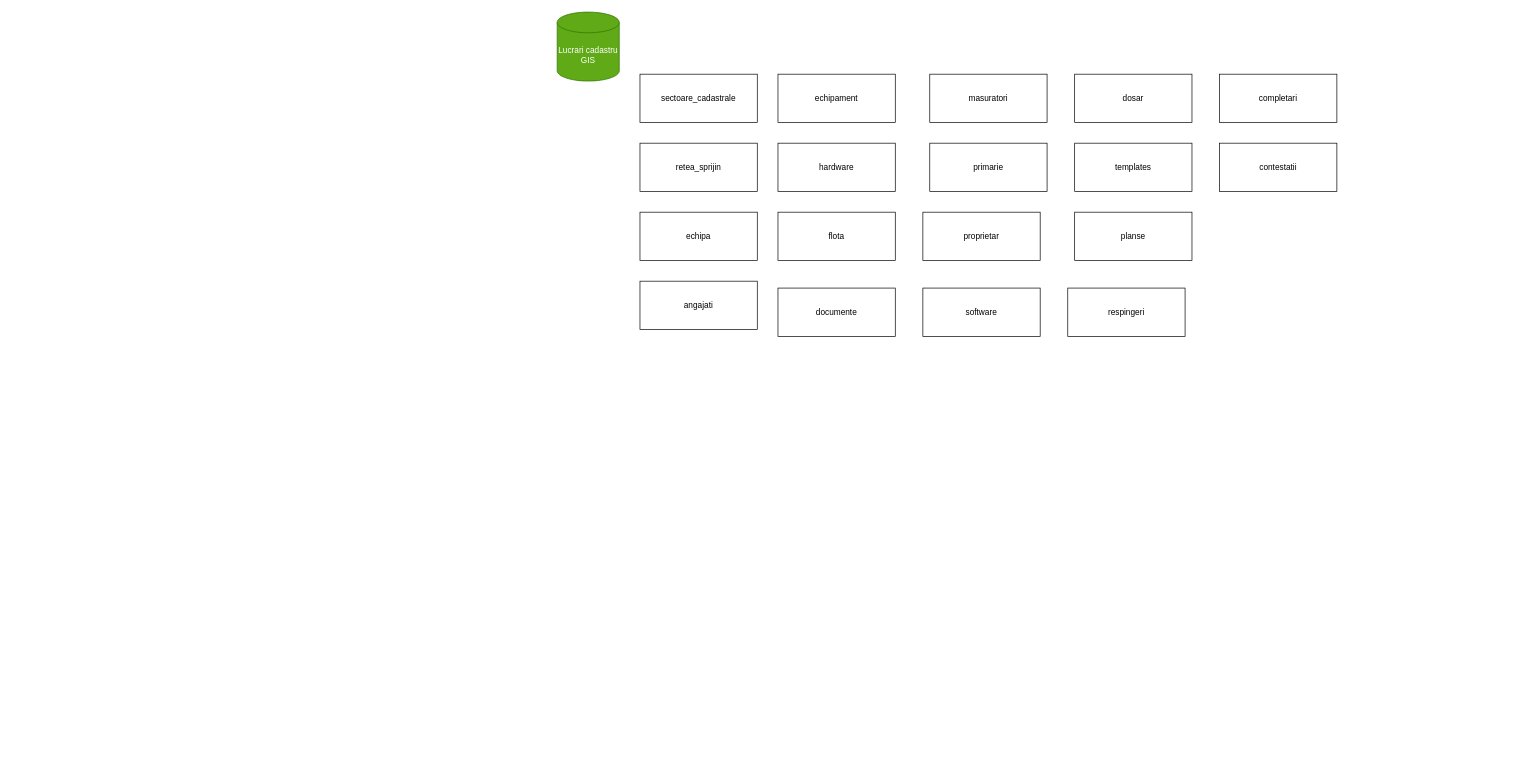
MecaAlex/modelare_db keeps this draw.io diagram as model_abstract.drawio. Above is the earlier version. Source tidied: cells renumbered, new cells numbered last; positions are measured from the earlier drawing's top-left corner, leaving out a move shared by most shapes. Both pictures are drawn from the tidied source at 69%, with x=0, y=0 at pixel (557, 12).
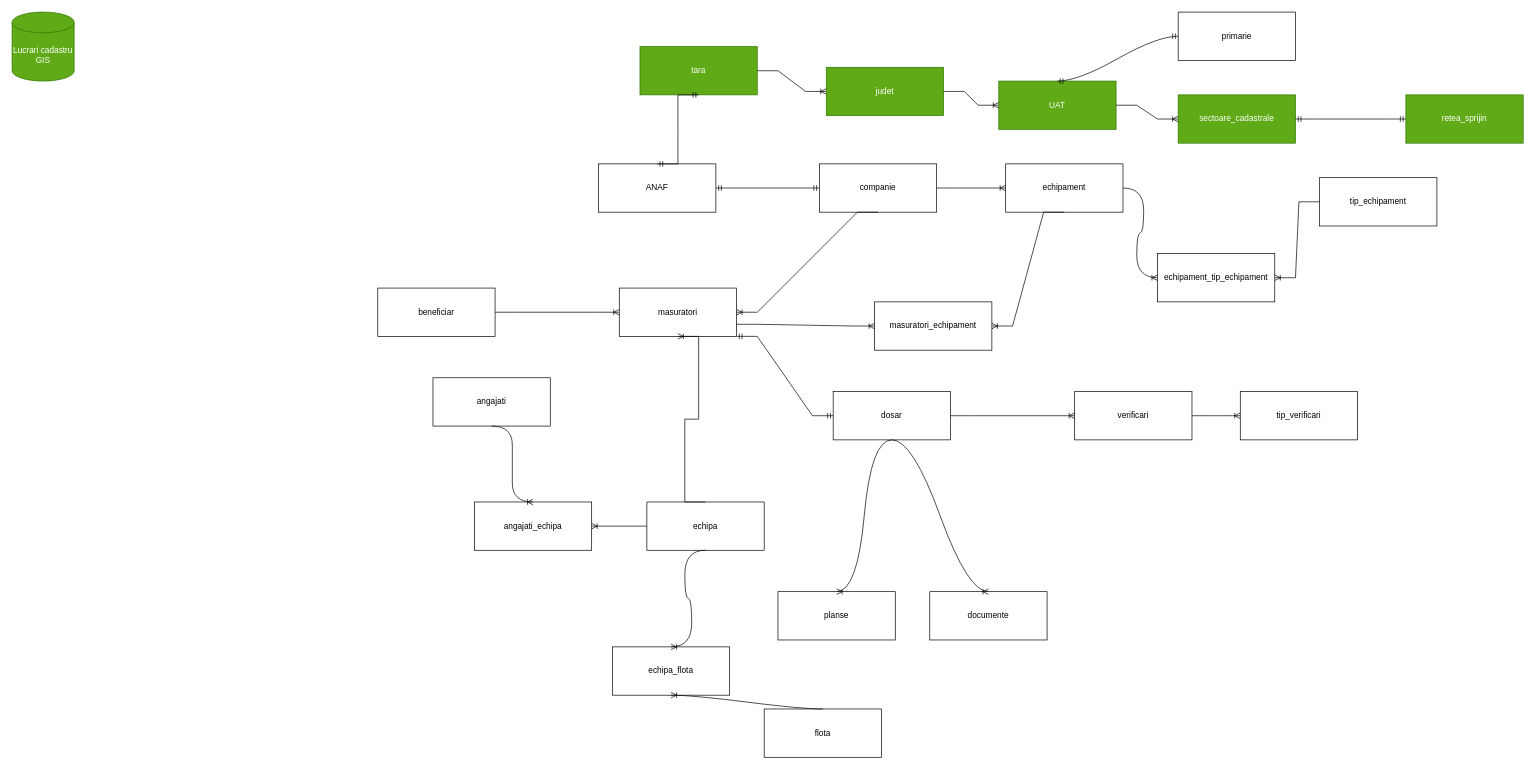
After the change.

What changed in the source:
```diff
@@
     <mxCell id="2" value="Lucrari cadastru GIS" style="shape=cylinder3;whiteSpace=wrap;html=1;boundedLbl=1;backgroundOutline=1;size=15;fillColor=#60a917;fontColor=#ffffff;strokeColor=#2D7600;" parent="1" vertex="1">
-      <mxGeometry width="90" height="100" as="geometry" />
+      <mxGeometry x="-790" width="90" height="100" as="geometry" />
     </mxCell>
-    <mxCell id="3" value="sectoare_cadastrale" style="rounded=0;whiteSpace=wrap;html=1;" parent="1" vertex="1">
-      <mxGeometry x="120" y="90" width="170" height="70" as="geometry" />
+    <mxCell id="3" value="sectoare_cadastrale" style="rounded=0;whiteSpace=wrap;html=1;fillColor=#60a917;fontColor=#ffffff;strokeColor=#2D7600;" parent="1" vertex="1">
+      <mxGeometry x="900" y="120" width="170" height="70" as="geometry" />
     </mxCell>
-    <mxCell id="4" value="retea_sprijin" style="rounded=0;whiteSpace=wrap;html=1;" parent="1" vertex="1">
-      <mxGeometry x="120" y="190" width="170" height="70" as="geometry" />
+    <mxCell id="4" value="retea_sprijin" style="rounded=0;whiteSpace=wrap;html=1;fillColor=#60a917;fontColor=#ffffff;strokeColor=#2D7600;" parent="1" vertex="1">
+      <mxGeometry x="1230" y="120" width="170" height="70" as="geometry" />
     </mxCell>
     <mxCell id="5" value="echipa" style="rounded=0;whiteSpace=wrap;html=1;" parent="1" vertex="1">
-      <mxGeometry x="120" y="290" width="170" height="70" as="geometry" />
+      <mxGeometry x="130" y="710" width="170" height="70" as="geometry" />
     </mxCell>
     <mxCell id="6" value="angajati" style="rounded=0;whiteSpace=wrap;html=1;" parent="1" vertex="1">
-      <mxGeometry x="120" y="390" width="170" height="70" as="geometry" />
+      <mxGeometry x="-180" y="530" width="170" height="70" as="geometry" />
     </mxCell>
     <mxCell id="7" value="echipament" style="rounded=0;whiteSpace=wrap;html=1;" parent="1" vertex="1">
-      <mxGeometry x="320" y="90" width="170" height="70" as="geometry" />
+      <mxGeometry x="650" y="220" width="170" height="70" as="geometry" />
     </mxCell>
-    <mxCell id="8" value="hardware" style="rounded=0;whiteSpace=wrap;html=1;" parent="1" vertex="1">
-      <mxGeometry x="320" y="190" width="170" height="70" as="geometry" />
-    </mxCell>
     <mxCell id="9" value="flota" style="rounded=0;whiteSpace=wrap;html=1;" parent="1" vertex="1">
-      <mxGeometry x="320" y="290" width="170" height="70" as="geometry" />
+      <mxGeometry x="300" y="1010" width="170" height="70" as="geometry" />
     </mxCell>
     <mxCell id="10" value="documente" style="rounded=0;whiteSpace=wrap;html=1;" parent="1" vertex="1">
-      <mxGeometry x="320" y="400" width="170" height="70" as="geometry" />
+      <mxGeometry x="540" y="840" width="170" height="70" as="geometry" />
     </mxCell>
     <mxCell id="11" value="masuratori" style="rounded=0;whiteSpace=wrap;html=1;" parent="1" vertex="1">
-      <mxGeometry x="540" y="90" width="170" height="70" as="geometry" />
+      <mxGeometry x="90" y="400" width="170" height="70" as="geometry" />
     </mxCell>
     <mxCell id="12" value="primarie" style="rounded=0;whiteSpace=wrap;html=1;" parent="1" vertex="1">
-      <mxGeometry x="540" y="190" width="170" height="70" as="geometry" />
+      <mxGeometry x="900" width="170" height="70" as="geometry" />
     </mxCell>
-    <mxCell id="13" value="proprietar" style="rounded=0;whiteSpace=wrap;html=1;" parent="1" vertex="1">
-      <mxGeometry x="530" y="290" width="170" height="70" as="geometry" />
+    <mxCell id="13" value="beneficiar" style="rounded=0;whiteSpace=wrap;html=1;" parent="1" vertex="1">
+      <mxGeometry x="-260" y="400" width="170" height="70" as="geometry" />
     </mxCell>
-    <mxCell id="14" value="software" style="rounded=0;whiteSpace=wrap;html=1;" parent="1" vertex="1">
-      <mxGeometry x="530" y="400" width="170" height="70" as="geometry" />
-    </mxCell>
     <mxCell id="15" value="dosar" style="rounded=0;whiteSpace=wrap;html=1;" parent="1" vertex="1">
-      <mxGeometry x="750" y="90" width="170" height="70" as="geometry" />
+      <mxGeometry x="400" y="550" width="170" height="70" as="geometry" />
     </mxCell>
-    <mxCell id="16" value="templates" style="rounded=0;whiteSpace=wrap;html=1;" parent="1" vertex="1">
-      <mxGeometry x="750" y="190" width="170" height="70" as="geometry" />
-    </mxCell>
     <mxCell id="17" value="planse" style="rounded=0;whiteSpace=wrap;html=1;" parent="1" vertex="1">
-      <mxGeometry x="750" y="290" width="170" height="70" as="geometry" />
+      <mxGeometry x="320" y="840" width="170" height="70" as="geometry" />
     </mxCell>
-    <mxCell id="18" value="respingeri" style="rounded=0;whiteSpace=wrap;html=1;" parent="1" vertex="1">
-      <mxGeometry x="740" y="400" width="170" height="70" as="geometry" />
-    </mxCell>
-    <mxCell id="19" value="completari" style="rounded=0;whiteSpace=wrap;html=1;" parent="1" vertex="1">
-      <mxGeometry x="960" y="90" width="170" height="70" as="geometry" />
+    <mxCell id="19" value="tip_verificari" style="rounded=0;whiteSpace=wrap;html=1;" parent="1" vertex="1">
+      <mxGeometry x="990" y="550" width="170" height="70" as="geometry" />
     </mxCell>
-    <mxCell id="20" value="contestatii" style="rounded=0;whiteSpace=wrap;html=1;" parent="1" vertex="1">
-      <mxGeometry x="960" y="190" width="170" height="70" as="geometry" />
+    <mxCell id="20" value="verificari" style="rounded=0;whiteSpace=wrap;html=1;" parent="1" vertex="1">
+      <mxGeometry x="750" y="550" width="170" height="70" as="geometry" />
     </mxCell>
+    <mxCell id="21" value="UAT" style="rounded=0;whiteSpace=wrap;html=1;fillColor=#60a917;fontColor=#ffffff;strokeColor=#2D7600;" parent="1" vertex="1">
+      <mxGeometry x="640" y="100" width="170" height="70" as="geometry" />
+    </mxCell>
+    <mxCell id="22" style="edgeStyle=entityRelationEdgeStyle;fontSize=12;html=1;endArrow=ERoneToMany;rounded=0;exitX=1;exitY=0.5;exitDx=0;exitDy=0;entryX=0;entryY=0.5;entryDx=0;entryDy=0;" parent="1" edge="1" source="21" target="3">
+      <mxGeometry relative="1" as="geometry" />
+    </mxCell>
+    <mxCell id="23" value="judet" style="rounded=0;whiteSpace=wrap;html=1;fillColor=#60a917;fontColor=#ffffff;strokeColor=#2D7600;" parent="1" vertex="1">
+      <mxGeometry x="390" y="80" width="170" height="70" as="geometry" />
+    </mxCell>
+    <mxCell id="24" style="edgeStyle=entityRelationEdgeStyle;fontSize=12;html=1;endArrow=ERoneToMany;rounded=0;exitX=1;exitY=0.5;exitDx=0;exitDy=0;entryX=0;entryY=0.5;entryDx=0;entryDy=0;" parent="1" edge="1" source="23" target="21">
+      <mxGeometry relative="1" as="geometry" />
+    </mxCell>
+    <mxCell id="25" value="tara" style="rounded=0;whiteSpace=wrap;html=1;fillColor=#60a917;fontColor=#ffffff;strokeColor=#2D7600;" parent="1" vertex="1">
+      <mxGeometry x="120" y="50" width="170" height="70" as="geometry" />
+    </mxCell>
+    <mxCell id="26" style="edgeStyle=entityRelationEdgeStyle;fontSize=12;html=1;endArrow=ERoneToMany;rounded=0;exitX=1;exitY=0.5;exitDx=0;exitDy=0;entryX=0;entryY=0.5;entryDx=0;entryDy=0;" parent="1" edge="1" source="25" target="23">
+      <mxGeometry relative="1" as="geometry" />
+    </mxCell>
+    <mxCell id="27" value="companie" style="rounded=0;whiteSpace=wrap;html=1;" parent="1" vertex="1">
+      <mxGeometry x="380" y="220" width="170" height="70" as="geometry" />
+    </mxCell>
+    <mxCell id="28" style="edgeStyle=entityRelationEdgeStyle;fontSize=12;html=1;endArrow=ERoneToMany;rounded=0;exitX=1;exitY=0.5;exitDx=0;exitDy=0;entryX=0;entryY=0.5;entryDx=0;entryDy=0;" parent="1" edge="1" source="27" target="7">
+      <mxGeometry relative="1" as="geometry" />
+    </mxCell>
+    <mxCell id="29" value="ANAF" style="rounded=0;whiteSpace=wrap;html=1;" parent="1" vertex="1">
+      <mxGeometry x="60" y="220" width="170" height="70" as="geometry" />
+    </mxCell>
+    <mxCell id="30" style="edgeStyle=entityRelationEdgeStyle;fontSize=12;html=1;endArrow=ERmandOne;startArrow=ERmandOne;rounded=0;entryX=0;entryY=0.5;entryDx=0;entryDy=0;exitX=1;exitY=0.5;exitDx=0;exitDy=0;" parent="1" edge="1" source="29" target="27">
+      <mxGeometry relative="1" as="geometry" />
+    </mxCell>
+    <mxCell id="31" style="edgeStyle=entityRelationEdgeStyle;fontSize=12;html=1;endArrow=ERmandOne;startArrow=ERmandOne;rounded=0;entryX=0.5;entryY=1;entryDx=0;entryDy=0;exitX=0.5;exitY=0;exitDx=0;exitDy=0;" parent="1" edge="1" source="29" target="25">
+      <mxGeometry relative="1" as="geometry" />
+    </mxCell>
+    <mxCell id="32" style="edgeStyle=entityRelationEdgeStyle;fontSize=12;html=1;endArrow=ERoneToMany;rounded=0;exitX=0.5;exitY=1;exitDx=0;exitDy=0;entryX=1;entryY=0.5;entryDx=0;entryDy=0;" parent="1" edge="1" source="27" target="11">
+      <mxGeometry relative="1" as="geometry" />
+    </mxCell>
+    <mxCell id="33" value="masuratori_echipament" style="rounded=0;whiteSpace=wrap;html=1;" parent="1" vertex="1">
+      <mxGeometry x="460" y="420" width="170" height="70" as="geometry" />
+    </mxCell>
+    <mxCell id="34" style="edgeStyle=entityRelationEdgeStyle;fontSize=12;html=1;endArrow=ERoneToMany;rounded=0;exitX=1;exitY=0.75;exitDx=0;exitDy=0;entryX=0;entryY=0.5;entryDx=0;entryDy=0;" parent="1" edge="1" source="11" target="33">
+      <mxGeometry relative="1" as="geometry" />
+    </mxCell>
+    <mxCell id="35" style="edgeStyle=entityRelationEdgeStyle;fontSize=12;html=1;endArrow=ERoneToMany;rounded=0;exitX=0.5;exitY=1;exitDx=0;exitDy=0;entryX=1;entryY=0.5;entryDx=0;entryDy=0;" parent="1" edge="1" source="7" target="33">
+      <mxGeometry relative="1" as="geometry" />
+    </mxCell>
+    <mxCell id="36" value="angajati_echipa" style="rounded=0;whiteSpace=wrap;html=1;" parent="1" vertex="1">
+      <mxGeometry x="-120" y="710" width="170" height="70" as="geometry" />
+    </mxCell>
+    <mxCell id="37" style="edgeStyle=entityRelationEdgeStyle;fontSize=12;html=1;endArrow=ERoneToMany;exitX=0.5;exitY=1;exitDx=0;exitDy=0;entryX=0.5;entryY=0;entryDx=0;entryDy=0;curved=1;" parent="1" edge="1" source="6" target="36">
+      <mxGeometry relative="1" as="geometry" />
+    </mxCell>
+    <mxCell id="38" style="edgeStyle=entityRelationEdgeStyle;fontSize=12;html=1;endArrow=ERoneToMany;rounded=0;exitX=0;exitY=0.5;exitDx=0;exitDy=0;entryX=1;entryY=0.5;entryDx=0;entryDy=0;" parent="1" edge="1" source="5" target="36">
+      <mxGeometry relative="1" as="geometry" />
+    </mxCell>
+    <mxCell id="39" style="edgeStyle=entityRelationEdgeStyle;fontSize=12;html=1;endArrow=ERoneToMany;rounded=0;exitX=0.5;exitY=0;exitDx=0;exitDy=0;entryX=0.5;entryY=1;entryDx=0;entryDy=0;" parent="1" edge="1" source="5" target="11">
+      <mxGeometry relative="1" as="geometry" />
+    </mxCell>
+    <mxCell id="40" value="echipa_flota" style="rounded=0;whiteSpace=wrap;html=1;" parent="1" vertex="1">
+      <mxGeometry x="80" y="920" width="170" height="70" as="geometry" />
+    </mxCell>
+    <mxCell id="41" style="edgeStyle=entityRelationEdgeStyle;fontSize=12;html=1;endArrow=ERoneToMany;exitX=0.5;exitY=1;exitDx=0;exitDy=0;entryX=0.5;entryY=0;entryDx=0;entryDy=0;curved=1;" parent="1" edge="1" source="5" target="40">
+      <mxGeometry relative="1" as="geometry" />
+    </mxCell>
+    <mxCell id="42" style="edgeStyle=entityRelationEdgeStyle;fontSize=12;html=1;endArrow=ERoneToMany;exitX=0.5;exitY=0;exitDx=0;exitDy=0;entryX=0.5;entryY=1;entryDx=0;entryDy=0;curved=1;" parent="1" edge="1" source="9" target="40">
+      <mxGeometry relative="1" as="geometry" />
+    </mxCell>
+    <mxCell id="43" style="edgeStyle=entityRelationEdgeStyle;fontSize=12;html=1;endArrow=ERmandOne;startArrow=ERmandOne;entryX=0;entryY=0.5;entryDx=0;entryDy=0;exitX=0.5;exitY=0;exitDx=0;exitDy=0;curved=1;" parent="1" edge="1" source="21" target="12">
+      <mxGeometry relative="1" as="geometry" />
+    </mxCell>
+    <mxCell id="44" style="edgeStyle=entityRelationEdgeStyle;fontSize=12;html=1;endArrow=ERoneToMany;rounded=0;exitX=1;exitY=0.5;exitDx=0;exitDy=0;entryX=0;entryY=0.5;entryDx=0;entryDy=0;" parent="1" edge="1" source="13" target="11">
+      <mxGeometry relative="1" as="geometry" />
+    </mxCell>
+    <mxCell id="45" value="tip_echipament" style="rounded=0;whiteSpace=wrap;html=1;" parent="1" vertex="1">
+      <mxGeometry x="1105" y="240" width="170" height="70" as="geometry" />
+    </mxCell>
+    <mxCell id="46" value="echipament_tip_echipament" style="rounded=0;whiteSpace=wrap;html=1;" parent="1" vertex="1">
+      <mxGeometry x="870" y="350" width="170" height="70" as="geometry" />
+    </mxCell>
+    <mxCell id="47" style="edgeStyle=entityRelationEdgeStyle;fontSize=12;html=1;endArrow=ERmandOne;startArrow=ERmandOne;rounded=0;entryX=0;entryY=0.5;entryDx=0;entryDy=0;exitX=1;exitY=0.5;exitDx=0;exitDy=0;" parent="1" edge="1" source="3" target="4">
+      <mxGeometry relative="1" as="geometry" />
+    </mxCell>
+    <mxCell id="48" style="edgeStyle=entityRelationEdgeStyle;fontSize=12;html=1;endArrow=ERoneToMany;exitX=1;exitY=0.5;exitDx=0;exitDy=0;entryX=0;entryY=0.5;entryDx=0;entryDy=0;curved=1;" parent="1" edge="1" source="7" target="46">
+      <mxGeometry relative="1" as="geometry" />
+    </mxCell>
+    <mxCell id="49" style="edgeStyle=entityRelationEdgeStyle;fontSize=12;html=1;endArrow=ERoneToMany;rounded=0;exitX=0;exitY=0.5;exitDx=0;exitDy=0;entryX=1;entryY=0.5;entryDx=0;entryDy=0;" parent="1" edge="1" source="45" target="46">
+      <mxGeometry relative="1" as="geometry" />
+    </mxCell>
+    <mxCell id="50" style="edgeStyle=entityRelationEdgeStyle;fontSize=12;html=1;endArrow=ERoneToMany;rounded=0;exitX=1;exitY=0.5;exitDx=0;exitDy=0;entryX=0;entryY=0.5;entryDx=0;entryDy=0;" parent="1" edge="1" source="20" target="19">
+      <mxGeometry relative="1" as="geometry" />
+    </mxCell>
+    <mxCell id="51" style="edgeStyle=entityRelationEdgeStyle;fontSize=12;html=1;endArrow=ERmandOne;startArrow=ERmandOne;rounded=0;exitX=1;exitY=1;exitDx=0;exitDy=0;entryX=0;entryY=0.5;entryDx=0;entryDy=0;" parent="1" edge="1" source="11" target="15">
+      <mxGeometry relative="1" as="geometry" />
+    </mxCell>
+    <mxCell id="52" style="edgeStyle=entityRelationEdgeStyle;fontSize=12;html=1;endArrow=ERoneToMany;rounded=0;exitX=1;exitY=0.5;exitDx=0;exitDy=0;entryX=0;entryY=0.5;entryDx=0;entryDy=0;" parent="1" edge="1" source="15" target="20">
+      <mxGeometry relative="1" as="geometry" />
+    </mxCell>
+    <mxCell id="53" style="edgeStyle=entityRelationEdgeStyle;fontSize=12;html=1;endArrow=ERoneToMany;exitX=0.5;exitY=1;exitDx=0;exitDy=0;entryX=0.5;entryY=0;entryDx=0;entryDy=0;curved=1;" parent="1" edge="1" source="15" target="10">
+      <mxGeometry relative="1" as="geometry" />
+    </mxCell>
+    <mxCell id="54" style="edgeStyle=entityRelationEdgeStyle;fontSize=12;html=1;endArrow=ERoneToMany;exitX=0.5;exitY=1;exitDx=0;exitDy=0;entryX=0.5;entryY=0;entryDx=0;entryDy=0;curved=1;" parent="1" edge="1" source="15" target="17">
+      <mxGeometry relative="1" as="geometry" />
+    </mxCell>
```
